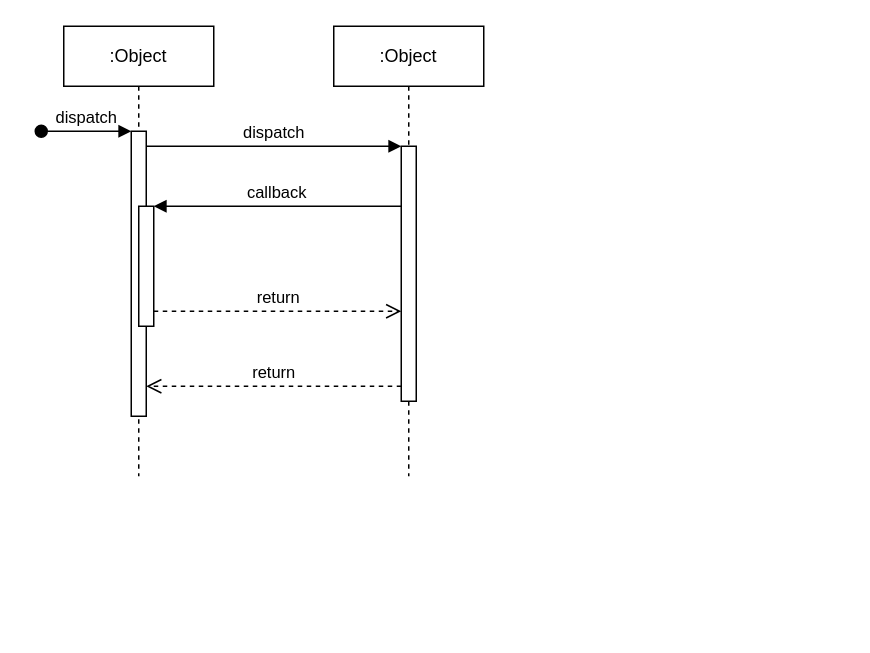
Earlier version of the draw.io diagram 通知时序.drawio (Luffybaga/draw). Source tidied: cells renumbered, new cells numbered last; positions are measured from the earlier drawing's top-left corner, leaving out a move shared by most shapes. Both pictures are drawn from the tidied source at 150%, with x=0, y=0 at pixel (40, 26).
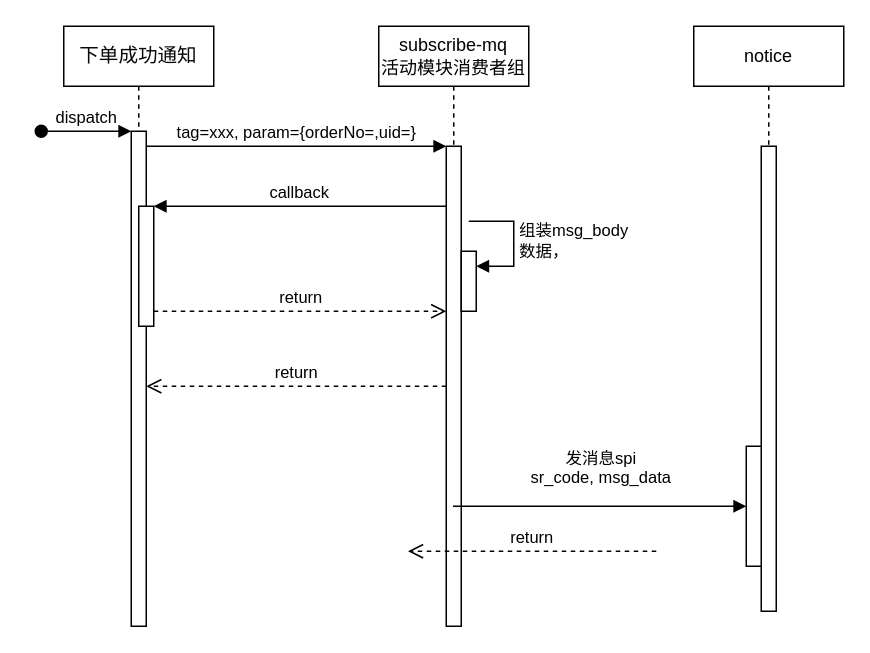
Above is the later version.

Commit message (it also covers changes not shown here):
更新通知时序.drawio

Change to the diagram source:
```diff
@@
-    <mxCell id="2" value=":Object" style="shape=umlLifeline;perimeter=lifelinePerimeter;whiteSpace=wrap;html=1;newEdgeStyle={&quot;edgeStyle&quot;:&quot;elbowEdgeStyle&quot;,&quot;elbow&quot;:&quot;vertical&quot;,&quot;curved&quot;:0,&quot;rounded&quot;:0};" parent="1" vertex="1">
-      <mxGeometry x="15" width="100" height="300" as="geometry" />
+    <mxCell id="2" value="&lt;div style=&quot;background-color: rgb(255, 255, 255); color: rgb(8, 8, 8); font-family: Menlo-Regular, monospace; font-size: 9.8pt;&quot;&gt;下单成功通知&lt;/div&gt;" style="shape=umlLifeline;perimeter=lifelinePerimeter;whiteSpace=wrap;html=1;newEdgeStyle={&quot;edgeStyle&quot;:&quot;elbowEdgeStyle&quot;,&quot;elbow&quot;:&quot;vertical&quot;,&quot;curved&quot;:0,&quot;rounded&quot;:0};" parent="1" vertex="1">
+      <mxGeometry x="15" width="100" height="400" as="geometry" />
     </mxCell>
     <mxCell id="3" style="html=1;points=[];perimeter=orthogonalPerimeter;outlineConnect=0;targetShapes=umlLifeline;portConstraint=eastwest;newEdgeStyle={&quot;edgeStyle&quot;:&quot;elbowEdgeStyle&quot;,&quot;elbow&quot;:&quot;vertical&quot;,&quot;curved&quot;:0,&quot;rounded&quot;:0};" parent="2" vertex="1">
-      <mxGeometry x="45" y="70" width="10" height="190" as="geometry" />
+      <mxGeometry x="45" y="70" width="10" height="330" as="geometry" />
     </mxCell>
@@
-    <mxCell id="6" value=":Object" style="shape=umlLifeline;perimeter=lifelinePerimeter;whiteSpace=wrap;html=1;outlineConnect=0;portConstraint=eastwest;newEdgeStyle={&quot;edgeStyle&quot;:&quot;elbowEdgeStyle&quot;,&quot;elbow&quot;:&quot;vertical&quot;,&quot;curved&quot;:0,&quot;rounded&quot;:0};" parent="1" vertex="1">
-      <mxGeometry x="195" width="100" height="300" as="geometry" />
+    <mxCell id="6" value="subscribe-mq&lt;br&gt;活动模块消费者组" style="shape=umlLifeline;perimeter=lifelinePerimeter;whiteSpace=wrap;html=1;outlineConnect=0;portConstraint=eastwest;newEdgeStyle={&quot;edgeStyle&quot;:&quot;elbowEdgeStyle&quot;,&quot;elbow&quot;:&quot;vertical&quot;,&quot;curved&quot;:0,&quot;rounded&quot;:0};" parent="1" vertex="1">
+      <mxGeometry x="225" width="100" height="400" as="geometry" />
     </mxCell>
     <mxCell id="7" style="html=1;points=[];perimeter=orthogonalPerimeter;outlineConnect=0;targetShapes=umlLifeline;portConstraint=eastwest;newEdgeStyle={&quot;edgeStyle&quot;:&quot;elbowEdgeStyle&quot;,&quot;elbow&quot;:&quot;vertical&quot;,&quot;curved&quot;:0,&quot;rounded&quot;:0};" parent="6" vertex="1">
-      <mxGeometry x="45" y="80" width="10" height="170" as="geometry" />
+      <mxGeometry x="45" y="80" width="10" height="320" as="geometry" />
     </mxCell>
+    <mxCell id="12" style="html=1;points=[];perimeter=orthogonalPerimeter;outlineConnect=0;targetShapes=umlLifeline;portConstraint=eastwest;newEdgeStyle={&quot;edgeStyle&quot;:&quot;elbowEdgeStyle&quot;,&quot;elbow&quot;:&quot;vertical&quot;,&quot;curved&quot;:0,&quot;rounded&quot;:0};" parent="6" vertex="1">
+      <mxGeometry x="55" y="150" width="10" height="40" as="geometry" />
+    </mxCell>
+    <mxCell id="13" value="组装msg_body&lt;br&gt;数据，&lt;br&gt;" style="html=1;align=left;spacingLeft=2;endArrow=block;rounded=0;edgeStyle=orthogonalEdgeStyle;curved=0;rounded=0;" parent="6" edge="1" target="12">
+      <mxGeometry relative="1" as="geometry">
+        <mxPoint x="60" y="130" as="sourcePoint" />
+        <Array as="points">
+          <mxPoint x="90" y="160" />
+        </Array>
+      </mxGeometry>
+    </mxCell>
-    <mxCell id="8" value="dispatch" style="html=1;verticalAlign=bottom;endArrow=block;edgeStyle=elbowEdgeStyle;elbow=vertical;curved=0;rounded=0;" parent="1" edge="1" source="3" target="7">
+    <mxCell id="8" value="tag=xxx, param={orderNo=,uid=}" style="html=1;verticalAlign=bottom;endArrow=block;edgeStyle=elbowEdgeStyle;elbow=vertical;curved=0;rounded=0;" parent="1" edge="1" source="3" target="7">
       <mxGeometry relative="1" as="geometry">
         <Array as="points">
           <mxPoint x="155" y="80" />
         </Array>
       </mxGeometry>
     </mxCell>
@@
+    <mxCell id="14" value="notice" style="shape=umlLifeline;perimeter=lifelinePerimeter;whiteSpace=wrap;html=1;newEdgeStyle={&quot;edgeStyle&quot;:&quot;elbowEdgeStyle&quot;,&quot;elbow&quot;:&quot;vertical&quot;,&quot;curved&quot;:0,&quot;rounded&quot;:0};" parent="1" vertex="1">
+      <mxGeometry x="435" width="100" height="390" as="geometry" />
+    </mxCell>
+    <mxCell id="15" style="html=1;perimeter=orthogonalPerimeter;targetShapes=umlLifeline;newEdgeStyle={&quot;edgeStyle&quot;:&quot;elbowEdgeStyle&quot;,&quot;elbow&quot;:&quot;vertical&quot;,&quot;curved&quot;:0,&quot;rounded&quot;:0};" parent="14" vertex="1">
+      <mxGeometry x="45" y="80" width="10" height="310" as="geometry" />
+    </mxCell>
+    <mxCell id="16" style="html=1;points=[];perimeter=orthogonalPerimeter;outlineConnect=0;targetShapes=umlLifeline;portConstraint=eastwest;newEdgeStyle={&quot;edgeStyle&quot;:&quot;elbowEdgeStyle&quot;,&quot;elbow&quot;:&quot;vertical&quot;,&quot;curved&quot;:0,&quot;rounded&quot;:0};" parent="14" vertex="1">
+      <mxGeometry x="35" y="280" width="10" height="80" as="geometry" />
+    </mxCell>
+    <mxCell id="17" value="发消息spi&lt;br&gt;sr_code, msg_data" style="html=1;verticalAlign=bottom;endArrow=block;edgeStyle=elbowEdgeStyle;elbow=vertical;curved=0;rounded=0;" parent="1" edge="1" source="6" target="16">
+      <mxGeometry y="10" relative="1" as="geometry" />
+    </mxCell>
+    <mxCell id="18" value="return" style="html=1;verticalAlign=bottom;endArrow=open;dashed=1;endSize=8;edgeStyle=elbowEdgeStyle;elbow=vertical;curved=0;rounded=0;" parent="1" edge="1">
+      <mxGeometry relative="1" as="geometry">
+        <mxPoint x="410" y="350" as="sourcePoint" />
+        <mxPoint x="244.5" y="350" as="targetPoint" />
+      </mxGeometry>
+    </mxCell>
```
